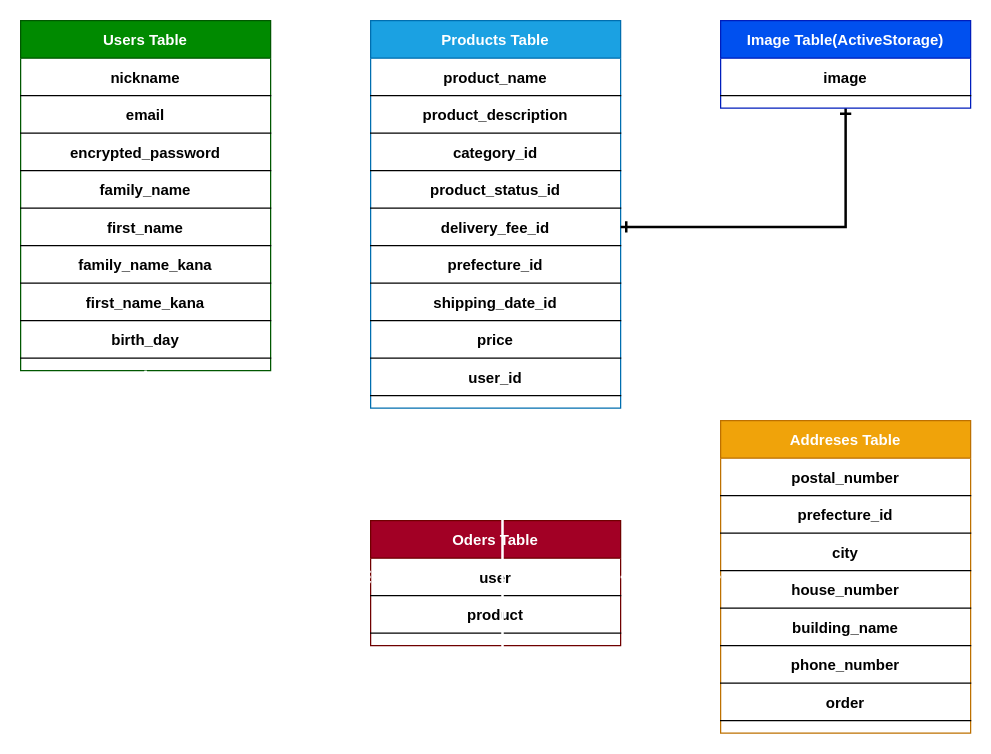
This is ER.dio from Hempraw/furima-34450, a draw.io file, before an edit. Source tidied: cells renumbered, new cells numbered last; positions are measured from the earlier drawing's top-left corner, leaving out a move shared by most shapes. Both pictures are drawn from the tidied source at 125%, with x=0, y=0 at pixel (20, 20).
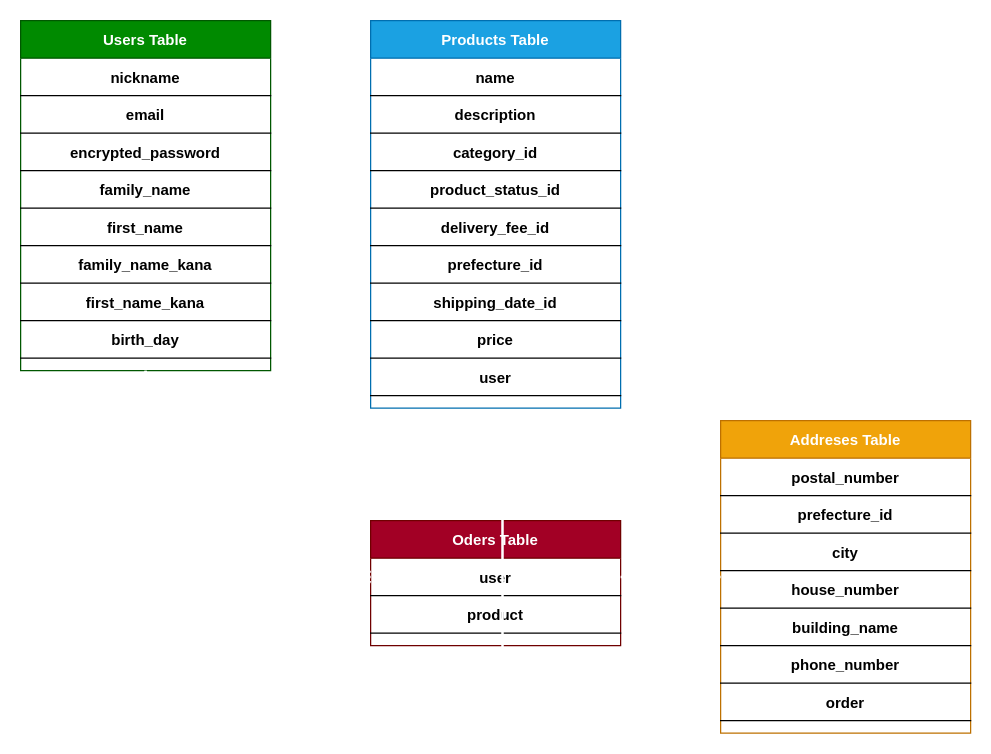
The same diagram, later.

Commit message (it also covers changes not shown here):
ER図、DB設計の修正2

The change refers to these unchanged cells:
```xml
<mxCell id="22" style="shape=partialRectangle;fillColor=none;top=0;left=0;bottom=1;right=0;" parent="21" vertex="1">
  <mxGeometry y="30" width="200" height="30" as="geometry" />
</mxCell>
<mxCell id="24" style="shape=partialRectangle;top=0;left=0;bottom=1;right=0;fillColor=none;" parent="21" vertex="1">
  <mxGeometry y="60" width="200" height="30" as="geometry" />
</mxCell>
<mxCell id="30" style="shape=partialRectangle;fillColor=none;top=0;left=0;bottom=1;right=0;points=[[0,0.5],[1,0.5]];portConstraint=eastwest;" parent="21" vertex="1">
  <mxGeometry y="150" width="200" height="30" as="geometry" />
</mxCell>
<mxCell id="38" style="shape=partialRectangle;fillColor=none;top=0;left=0;bottom=1;right=0;" parent="21" vertex="1">
  <mxGeometry y="270" width="200" height="30" as="geometry" />
</mxCell>
```

Change to the diagram source:
```diff
@@
-    <mxCell id="23" value="product_name" style="shape=partialRectangle;fillColor=none;top=0;left=0;bottom=0;right=0;fontStyle=1;overflow=hidden;" parent="22" vertex="1">
+    <mxCell id="23" value="name" style="shape=partialRectangle;fillColor=none;top=0;left=0;bottom=0;right=0;fontStyle=1;overflow=hidden;" parent="22" vertex="1">
       <mxGeometry width="200" height="30" as="geometry" />
     </mxCell>
@@
-    <mxCell id="25" value="product_description" style="shape=partialRectangle;fillColor=none;top=0;left=0;bottom=0;right=0;fontStyle=1;overflow=hidden;" parent="24" vertex="1">
+    <mxCell id="25" value="description" style="shape=partialRectangle;fillColor=none;top=0;left=0;bottom=0;right=0;fontStyle=1;overflow=hidden;" parent="24" vertex="1">
       <mxGeometry width="200" height="30" as="geometry" />
     </mxCell>
@@
-    <mxCell id="39" value="user_id" style="shape=partialRectangle;fillColor=none;top=0;left=0;bottom=0;right=0;fontStyle=1;overflow=hidden;strokeColor=none;" parent="38" vertex="1">
+    <mxCell id="39" value="user" style="shape=partialRectangle;fillColor=none;top=0;left=0;bottom=0;right=0;fontStyle=1;overflow=hidden;strokeColor=none;" parent="38" vertex="1">
       <mxGeometry width="200" height="30" as="geometry" />
     </mxCell>
-    <mxCell id="40" style="edgeStyle=orthogonalEdgeStyle;rounded=0;jettySize=auto;html=1;entryX=1;entryY=0.5;entryDx=0;entryDy=0;startArrow=ERone;startFill=0;endArrow=ERone;endFill=0;strokeWidth=2;" parent="1" edge="1" source="41" target="30">
-      <mxGeometry relative="1" as="geometry" />
-    </mxCell>
-    <mxCell id="41" value="Image Table(ActiveStorage)" style="shape=table;startSize=30;childLayout=tableLayout;rowLines=0;fontStyle=1;align=center;fillColor=#0050ef;strokeColor=#001DBC;fontColor=#ffffff;" parent="1" vertex="1">
-      <mxGeometry x="560" width="200" height="70" as="geometry" />
-    </mxCell>
-    <mxCell id="42" style="shape=partialRectangle;fillColor=none;top=0;left=0;bottom=1;right=0;" parent="41" vertex="1">
-      <mxGeometry y="30" width="200" height="30" as="geometry" />
-    </mxCell>
-    <mxCell id="43" value="image" style="shape=partialRectangle;fillColor=none;top=0;left=0;bottom=0;right=0;fontStyle=1;overflow=hidden;" parent="42" vertex="1">
-      <mxGeometry width="200" height="30" as="geometry" />
-    </mxCell>
```
